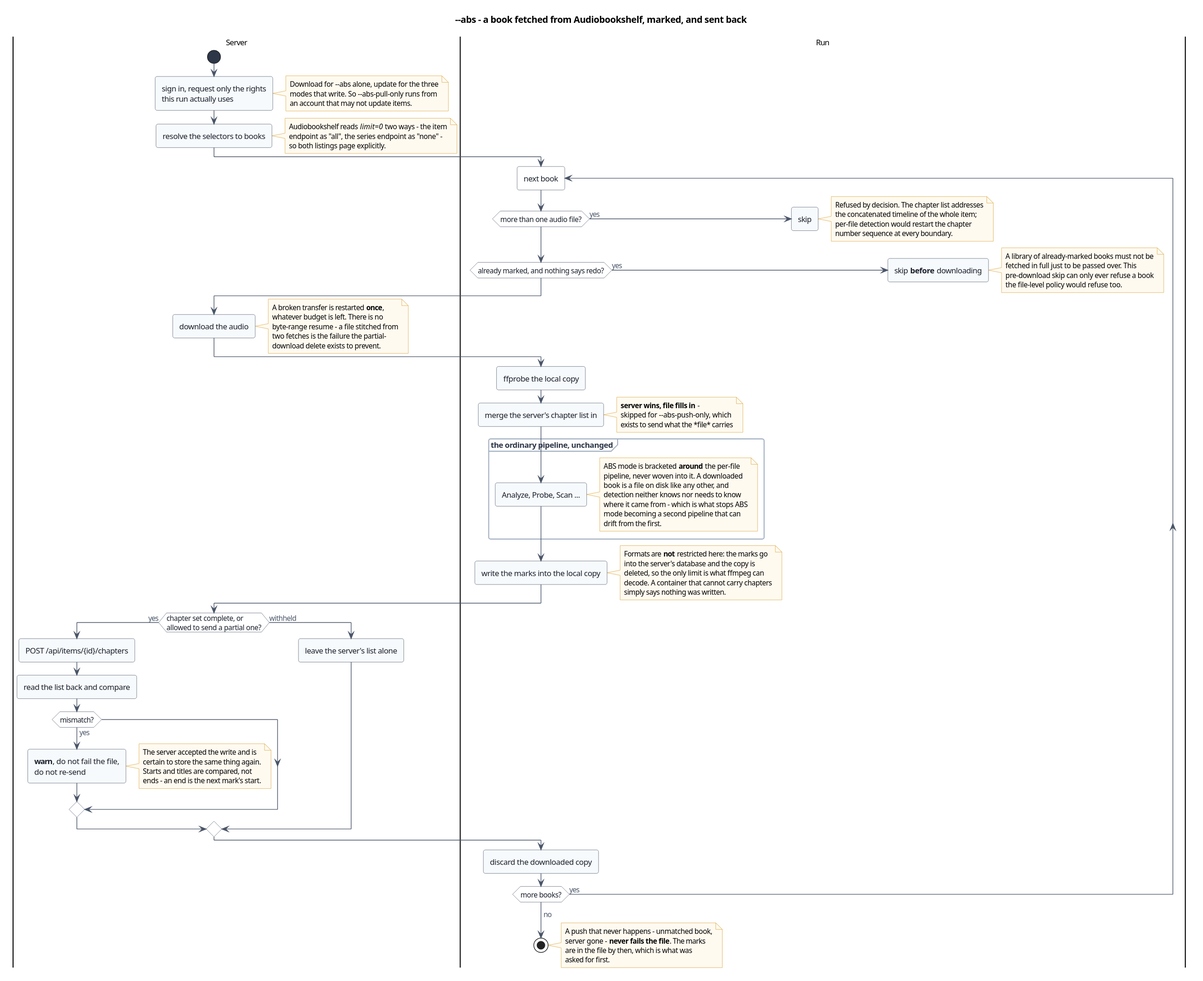
Before: doc/diagrams/activity-mode-abs.svg, a diagram exported from PlantUML (Inguiotar/ABChapterize).
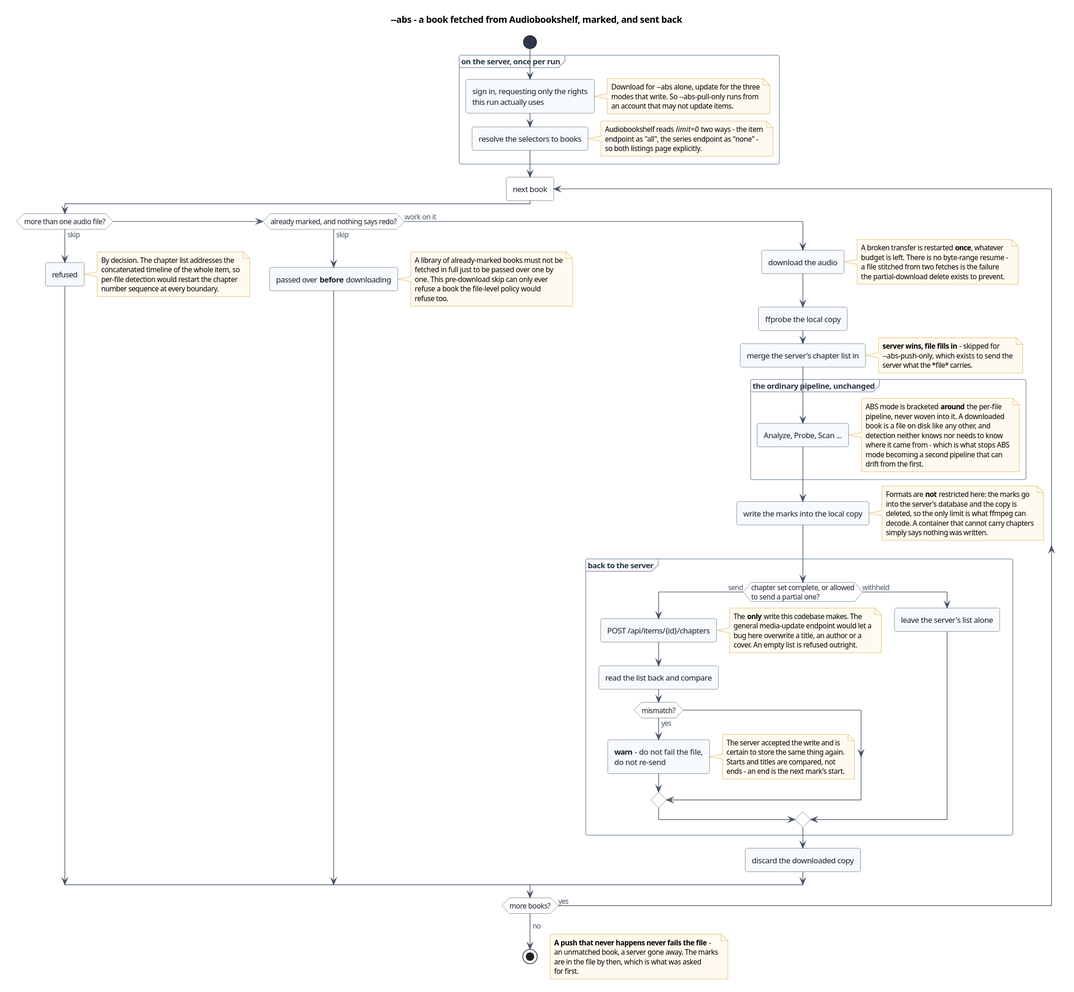
The same diagram one commit later.

Commit message:
Redraw the --abs diagram in the set's own idiom

Diff of the diagram source:
```diff
@@ -2,102 +2,112 @@
 !include _style.iuml
 title ~--abs - a book fetched from Audiobookshelf, marked, and sent back
 
-|Server|
 start
-:sign in, request only the rights\nthis run actually uses;
-note right
-  Download for ~--abs alone, update for the three
-  modes that write. So ~--abs-pull-only runs from
-  an account that may not update items.
-end note
-:resolve the selectors to books;
-note right
-  Audiobookshelf reads <i>limit=0</i> two ways - the item
-  endpoint as "all", the series endpoint as "none" -
-  so both listings page explicitly.
-end note
+partition "on the server, once per run" {
+  :sign in, requesting only the rights\nthis run actually uses;
+  note right
+    Download for ~--abs alone, update for the three
+    modes that write. So ~--abs-pull-only runs from
+    an account that may not update items.
+  end note
+  :resolve the selectors to books;
+  note right
+    Audiobookshelf reads <i>limit=0</i> two ways - the item
+    endpoint as "all", the series endpoint as "none" -
+    so both listings page explicitly.
+  end note
+}
 
-|Run|
 repeat :next book;
-  if (more than one audio file?) then (yes)
-    :skip;
+  if (more than one audio file?) then (skip)
+    :refused;
     note right
-      Refused by decision. The chapter list addresses
-      the concatenated timeline of the whole item;
+      By decision. The chapter list addresses the
+      concatenated timeline of the whole item, so
       per-file detection would restart the chapter
       number sequence at every boundary.
     end note
-    detach
-  endif
-  if (already marked, and nothing says redo?) then (yes)
-    :skip **before** downloading;
+  elseif (already marked, and nothing says redo?) then (skip)
+    :passed over **before** downloading;
     note right
       A library of already-marked books must not be
-      fetched in full just to be passed over. This
-      pre-download skip can only ever refuse a book
-      the file-level policy would refuse too.
+      fetched in full just to be passed over one by
+      one. This pre-download skip can only ever
+      refuse a book the file-level policy would
+      refuse too.
     end note
-    detach
+  else (work on it)
+    :download the audio;
+    note right
+      A broken transfer is restarted **once**, whatever
+      budget is left. There is no byte-range resume -
+      a file stitched from two fetches is the failure
+      the partial-download delete exists to prevent.
+    end note
+    :ffprobe the local copy;
+    :merge the server's chapter list in;
+    note right
+      **server wins, file fills in** - skipped for
+      ~--abs-push-only, which exists to send the
+      server what the *file* carries.
+    end note
+
+    partition "the ordinary pipeline, unchanged" {
+      :Analyze, Probe, Scan ...;
+      note right
+        ABS mode is bracketed **around** the per-file
+        pipeline, never woven into it. A downloaded
+        book is a file on disk like any other, and
+        detection neither knows nor needs to know
+        where it came from - which is what stops ABS
+        mode becoming a second pipeline that can
+        drift from the first.
+      end note
+    }
+
+    :write the marks into the local copy;
+    note right
+      Formats are **not** restricted here: the marks go
+      into the server's database and the copy is
+      deleted, so the only limit is what ffmpeg can
+      decode. A container that cannot carry chapters
+      simply says nothing was written.
+    end note
+
+    partition "back to the server" {
+      if (chapter set complete, or allowed\nto send a partial one?) then (send)
+        :POST /api/items/{id}/chapters;
+        note right
+          The **only** write this codebase makes. The
+          general media-update endpoint would let a
+          bug here overwrite a title, an author or a
+          cover. An empty list is refused outright.
+        end note
+        :read the list back and compare;
+        if (mismatch?) then (yes)
+          :**warn** - do not fail the file,\ndo not re-send;
+          note right
+            The server accepted the write and is
+            certain to store the same thing again.
+            Starts and titles are compared, not
+            ends - an end is the next mark's start.
+          end note
+        endif
+      else (withheld)
+        :leave the server's list alone;
+      endif
+    }
+
+    :discard the downloaded copy;
   endif
-
-  |Server|
-  :download the audio;
-  note right: A broken transfer is restarted **once**,\nwhatever budget is left. There is no\nbyte-range resume - a file stitched from\ntwo fetches is the failure the partial-\ndownload delete exists to prevent.
-
-  |Run|
-  :ffprobe the local copy;
-  :merge the server's chapter list in;
-  note right: **server wins, file fills in** -\nskipped for ~--abs-push-only, which\nexists to send what the *file* carries
-
-  partition "the ordinary pipeline, unchanged" {
-    :Analyze, Probe, Scan ...;
-    note right
-      ABS mode is bracketed **around** the per-file
-      pipeline, never woven into it. A downloaded
-      book is a file on disk like any other, and
-      detection neither knows nor needs to know
-      where it came from - which is what stops ABS
-      mode becoming a second pipeline that can
-      drift from the first.
-    end note
-  }
-
-  :write the marks into the local copy;
-  note right
-    Formats are **not** restricted here: the marks go
-    into the server's database and the copy is
-    deleted, so the only limit is what ffmpeg can
-    decode. A container that cannot carry chapters
-    simply says nothing was written.
-  end note
-
-  |Server|
-  if (chapter set complete, or\nallowed to send a partial one?) then (yes)
-    :POST /api/items/{id}/chapters;
-    :read the list back and compare;
-    if (mismatch?) then (yes)
-      :**warn**, do not fail the file,\ndo not re-send;
-      note right
-        The server accepted the write and is
-        certain to store the same thing again.
-        Starts and titles are compared, not
-        ends - an end is the next mark's start.
-      end note
-    endif
-  else (withheld)
-    :leave the server's list alone;
-  endif
-
-  |Run|
-  :discard the downloaded copy;
 repeat while (more books?) is (yes)
 ->no;
 stop
 
-note right
-  A push that never happens - unmatched book,
-  server gone - **never fails the file**. The marks
-  are in the file by then, which is what was
-  asked for first.
+floating note right
+  <b>A push that never happens never fails the file</b> -
+  an unmatched book, a server gone away. The marks
+  are in the file by then, which is what was asked
+  for first.
 end note
 @enduml
```
